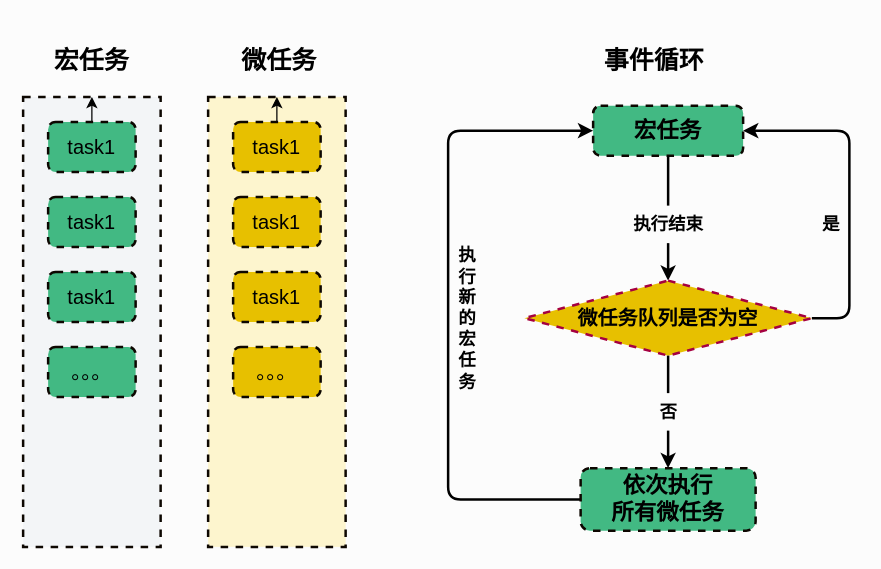
Above: docs/.vuepress/public/assets/drawio/1.drawio in ykshang/interview (draw.io), before the change. Source tidied: cells renumbered, new cells numbered last; positions are measured from the earlier drawing's top-left corner, leaving out a move shared by most shapes. Both pictures are drawn from the tidied source at 125%, with x=0, y=0 at pixel (22, 21).
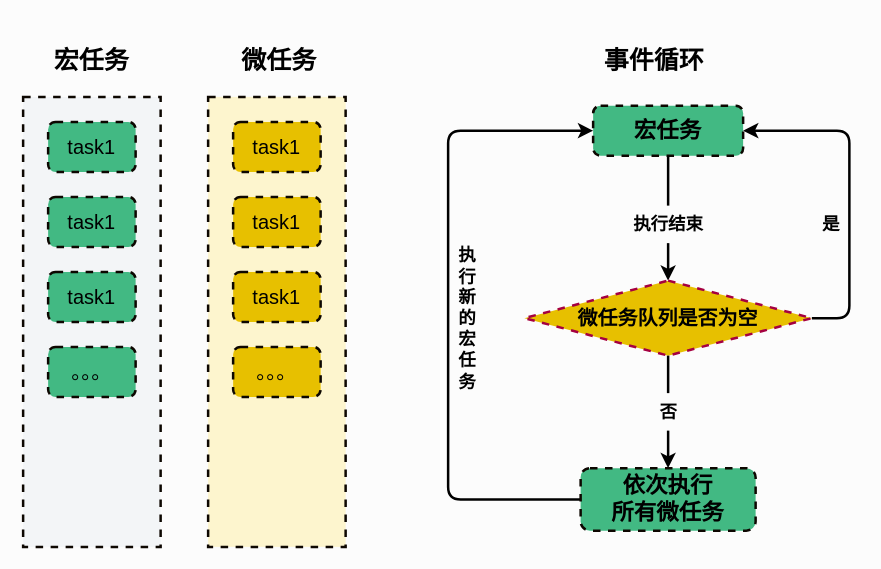
The same diagram, later.

Unchanged cells that the change refers to:
```xml
<mxCell id="2" style="rounded=0;whiteSpace=wrap;html=1;fillColor=#f3f5f7;dashed=1;strokeColor=#0D0701;strokeWidth=2;" parent="1" vertex="1">
  <mxGeometry y="60" width="110" height="360" as="geometry" />
</mxCell>
<mxCell id="5" value="task1" style="rounded=1;whiteSpace=wrap;dashed=1;strokeColor=#0D0701;strokeWidth=2;fontSize=16;fontColor=#000000;fillColor=#42b983;labelBackgroundColor=none;" parent="1" vertex="1">
  <mxGeometry x="20" y="80" width="70" height="40" as="geometry" />
</mxCell>
<mxCell id="10" style="rounded=0;whiteSpace=wrap;html=1;fillColor=#ffe5644d;dashed=1;strokeColor=#0D0701;strokeWidth=2;" parent="1" vertex="1">
  <mxGeometry x="148" y="60" width="110" height="360" as="geometry" />
</mxCell>
<mxCell id="12" value="task1" style="rounded=1;whiteSpace=wrap;html=1;dashed=1;strokeColor=#0D0701;strokeWidth=2;fontSize=16;fontColor=#000000;fillColor=#e7c000;labelBackgroundColor=none;" parent="1" vertex="1">
  <mxGeometry x="168" y="80" width="70" height="40" as="geometry" />
</mxCell>
```

The edit, as a diff of the source:
```diff
@@
-    <mxCell id="4" style="edgeStyle=none;html=1;exitX=0.5;exitY=1;exitDx=0;exitDy=0;fontSize=16;fontColor=#000000;" parent="1" edge="1" source="5" target="2">
-      <mxGeometry relative="1" as="geometry" />
-    </mxCell>
@@
-    <mxCell id="11" style="edgeStyle=none;html=1;exitX=0.5;exitY=1;exitDx=0;exitDy=0;fontSize=16;fontColor=#000000;" parent="1" edge="1" source="12" target="10">
-      <mxGeometry relative="1" as="geometry" />
-    </mxCell>
```
